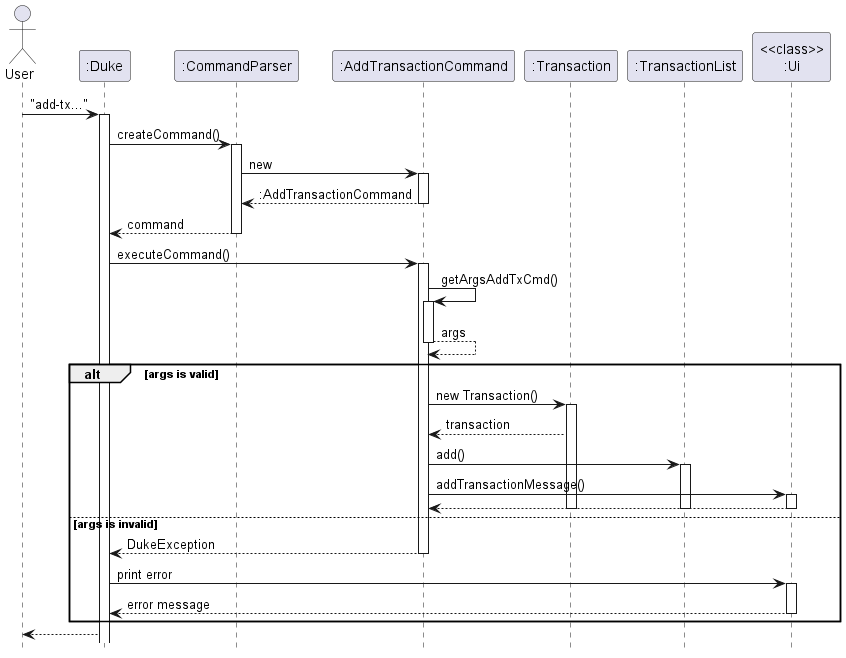
The PlantUML diagram docs/images/AddTransactionSequence.png in nus-cs2113-AY2223S1/tp, before a commit. Its source is kept beside it as docs/diagrams/transaction/AddTransactionSequence.puml.
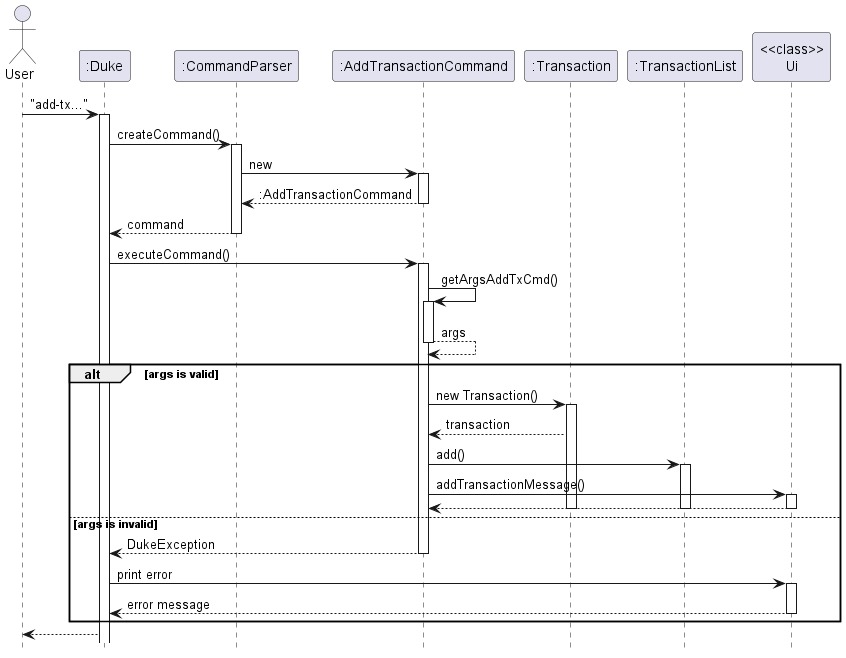
After the commit.

Change to the diagram source:
```diff
@@ -23,19 +23,19 @@
     ":Transaction" --> ":AddTransactionCommand": transaction
     ":AddTransactionCommand" -> ":TransactionList": add()
     activate ":TransactionList"
-    ":AddTransactionCommand" -> "<<class>>\n:Ui": addTransactionMessage()
-    activate "<<class>>\n:Ui"
+    ":AddTransactionCommand" -> "<<class>>\nUi": addTransactionMessage()
+    activate "<<class>>\nUi"
     return
     deactivate ":TransactionList"
-    deactivate "<<class>>\n:Ui"
+    deactivate "<<class>>\nUi"
     deactivate ":Transaction"
 else args is invalid
     ":AddTransactionCommand" --> ":Duke" : DukeException
     deactivate ":AddTransactionCommand"
-    ":Duke" -> "<<class>>\n:Ui" : print error
-    activate "<<class>>\n:Ui"
-    "<<class>>\n:Ui" --> ":Duke" : error message
-    deactivate "<<class>>\n:Ui"
+    ":Duke" -> "<<class>>\nUi" : print error
+    activate "<<class>>\nUi"
+    "<<class>>\nUi" --> ":Duke" : error message
+    deactivate "<<class>>\nUi"
 end
 ":Duke" --> "User"
 @enduml
```
